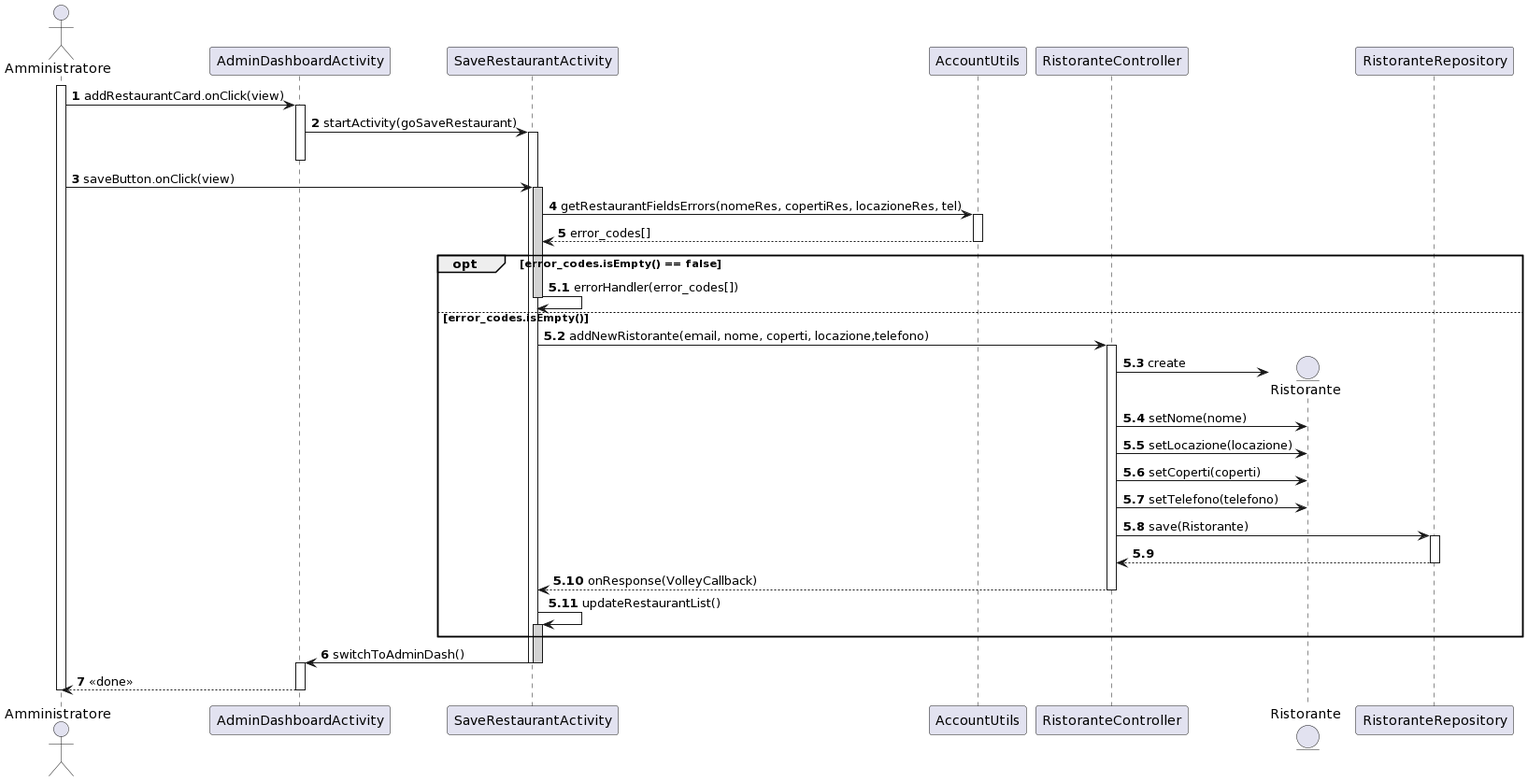
Earlier version of the PlantUML export Documentazione/assets/diagrammi/Sequence di design/Salva Ristorante.png (Mathieus99/RatatouilleDoc).
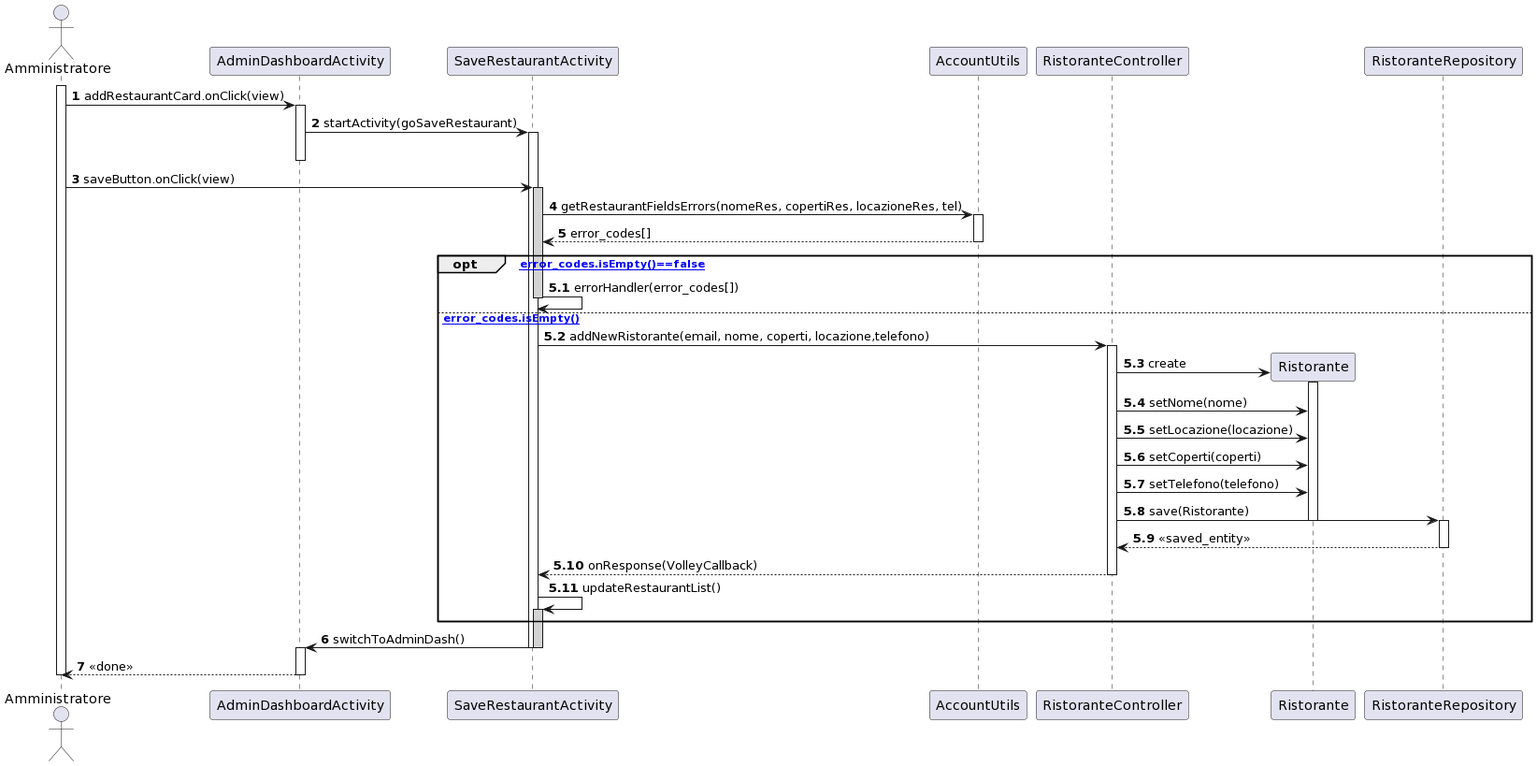
Above is the later version.

The edit, as a diff of the source:
```diff
@@ -19,24 +19,26 @@
 AccountUtils --> SaveRestaurantActivity: error_codes[]
 deactivate AccountUtils
 
-opt error_codes.isEmpty() == false
+opt [error_codes.isEmpty()==false]
 autonumber 5.1
   SaveRestaurantActivity -> SaveRestaurantActivity: errorHandler(error_codes[])
   deactivate SaveRestaurantActivity
-else error_codes.isEmpty()
+else [error_codes.isEmpty()]
    SaveRestaurantActivity->RistoranteController: addNewRistorante(email, nome, coperti, locazione,telefono)
    activate RistoranteController
-   create entity Ristorante
-   RistoranteController->Ristorante:create
+
+   RistoranteController->Ristorante**:create
+   activate Ristorante
    RistoranteController->Ristorante: setNome(nome)
    RistoranteController->Ristorante: setLocazione(locazione)
    RistoranteController->Ristorante: setCoperti(coperti)
    RistoranteController->Ristorante: setTelefono(telefono)
 
    RistoranteController -> RistoranteRepository: save(Ristorante)
+   deactivate Ristorante
    activate RistoranteRepository
 
-   RistoranteRepository --> RistoranteController
+   RistoranteRepository --> RistoranteController: <<saved_entity>>
    deactivate RistoranteRepository
 
    RistoranteController --> SaveRestaurantActivity: onResponse(VolleyCallback)
```
